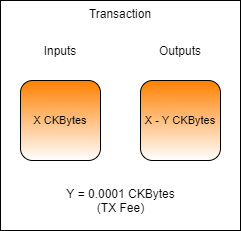
The draw.io diagram .gitbook/assets/code-transaction.png in jordanmack/developer-training-course-documentation, before a commit. Source tidied: cells renumbered, new cells last; positions are measured from the earlier drawing's top-left corner, leaving out a move shared by most shapes.
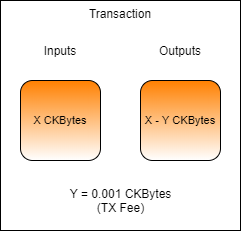
After the commit.

What changed in the source:
```diff
@@ -17,7 +17,7 @@
     <mxCell id="6" value="X - Y CKBytes" style="rounded=1;whiteSpace=wrap;html=1;fontSize=11;gradientColor=#ffffff;fillColor=#FF8000;" parent="1" vertex="1">
       <mxGeometry x="140" y="80" width="80" height="80" as="geometry" />
     </mxCell>
-    <mxCell id="7" value="Y = 0.0001 CKBytes&lt;br&gt;(TX Fee)" style="text;html=1;strokeColor=none;fillColor=none;align=center;verticalAlign=middle;whiteSpace=wrap;rounded=0;" parent="1" vertex="1">
+    <mxCell id="7" value="Y = 0.001 CKBytes&lt;br&gt;(TX Fee)" style="text;html=1;strokeColor=none;fillColor=none;align=center;verticalAlign=middle;whiteSpace=wrap;rounded=0;" parent="1" vertex="1">
       <mxGeometry x="37.5" y="190" width="165" height="20" as="geometry" />
     </mxCell>
   </root>
```
